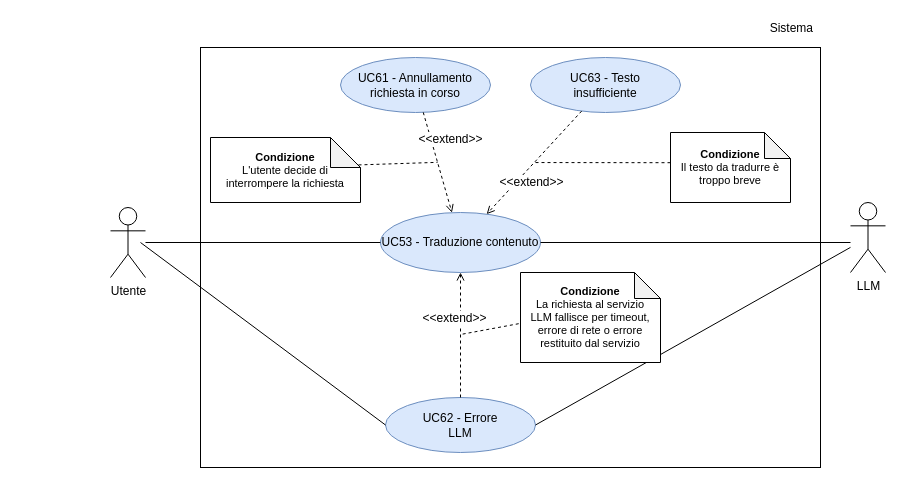
This is RTB/doc_esterna/analisi-dei-requisiti/assets/draw.io/UC53.drawio from thebitless-group-swe/thebitless.github.io, a draw.io file, before an edit. Source tidied: cells renumbered, new cells numbered last; positions are measured from the earlier drawing's top-left corner, leaving out a move shared by most shapes. Both pictures are drawn from the tidied source at 100%, with x=0, y=0 at pixel (110, 17).
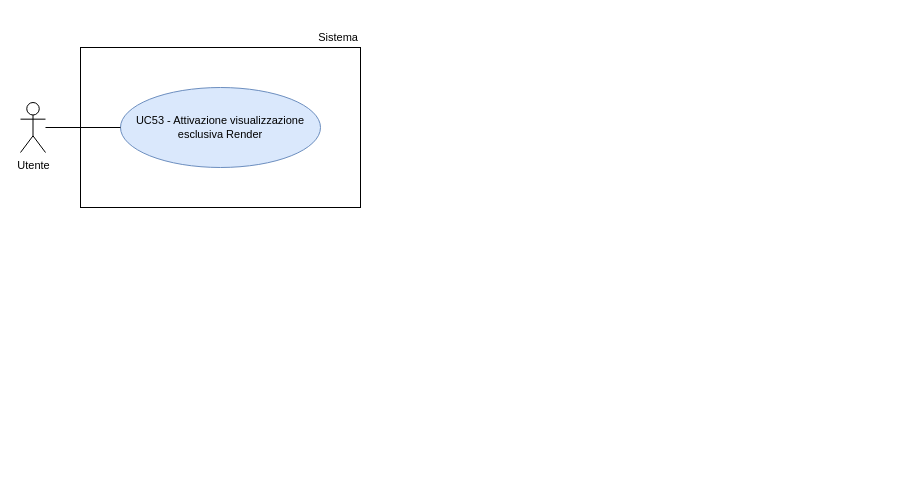
The same page after the edit.

The edit, as a diff of the source:
```diff
@@
-    <mxCell id="2" value="&lt;font&gt;Utente&lt;/font&gt;" style="shape=umlActor;verticalLabelPosition=bottom;verticalAlign=top;html=1;outlineConnect=0;fontSize=12;" parent="1" vertex="1">
-      <mxGeometry y="190" width="35" height="70" as="geometry" />
+    <mxCell id="2" value="Utente" style="shape=umlActor;verticalLabelPosition=bottom;verticalAlign=top;html=1;outlineConnect=0;fontSize=11;" parent="1" vertex="1">
+      <mxGeometry x="-90" y="85" width="25" height="50" as="geometry" />
     </mxCell>
-    <mxCell id="3" style="rounded=0;whiteSpace=wrap;html=1;strokeWidth=1;fontSize=12;" parent="1" vertex="1">
-      <mxGeometry x="90" y="30" width="620" height="420" as="geometry" />
-    </mxCell>
+    <mxCell id="26" style="rounded=0;whiteSpace=wrap;html=1;strokeWidth=1;" parent="1" vertex="1">
+      <mxGeometry x="-30" y="30" width="280" height="160" as="geometry" />
+    </mxCell>
-    <mxCell id="4" value="&lt;font&gt;Sistema&lt;/font&gt;" style="text;html=1;whiteSpace=wrap;strokeColor=none;fillColor=none;align=right;verticalAlign=middle;fontSize=12;" parent="1" vertex="1">
-      <mxGeometry x="640" width="65" height="22" as="geometry" />
+    <mxCell id="4" value="Sistema" style="text;html=1;whiteSpace=wrap;strokeColor=none;fillColor=none;align=right;verticalAlign=middle;fontSize=11;" parent="1" vertex="1">
+      <mxGeometry x="180" y="10" width="70" height="20" as="geometry" />
     </mxCell>
-    <mxCell id="5" value="&lt;font&gt;UC53 - Traduzione contenuto&lt;/font&gt;" style="ellipse;whiteSpace=wrap;html=1;fillColor=#dae8fc;strokeColor=#6c8ebf;fontSize=12;" parent="1" vertex="1">
-      <mxGeometry x="270" y="195" width="160" height="60" as="geometry" />
-    </mxCell>
-    <mxCell id="6" value="&lt;font&gt;UC61 - Annullamento&lt;br&gt;richiesta in corso&lt;/font&gt;" style="ellipse;whiteSpace=wrap;html=1;fillColor=#dae8fc;strokeColor=#6c8ebf;fontSize=12;" parent="1" vertex="1">
-      <mxGeometry x="230" y="40" width="150" height="55" as="geometry" />
-    </mxCell>
-    <mxCell id="7" value="&lt;font&gt;UC62 - Errore&lt;br&gt;LLM&lt;/font&gt;" style="ellipse;whiteSpace=wrap;html=1;fillColor=#dae8fc;strokeColor=#6c8ebf;fontSize=12;" parent="1" vertex="1">
-      <mxGeometry x="275" y="380" width="150" height="55" as="geometry" />
-    </mxCell>
-    <mxCell id="8" value="&lt;font&gt;UC63 - Testo&lt;br&gt;insufficiente&lt;/font&gt;" style="ellipse;whiteSpace=wrap;html=1;fillColor=#dae8fc;strokeColor=#6c8ebf;fontSize=12;" parent="1" vertex="1">
-      <mxGeometry x="420" y="40" width="150" height="55" as="geometry" />
-    </mxCell>
-    <mxCell id="9" style="edgeStyle=none;rounded=0;jettySize=auto;html=1;endArrow=none;endFill=0;fontSize=12;" parent="1" edge="1" source="2" target="5">
-      <mxGeometry relative="1" as="geometry" />
-    </mxCell>
-    <mxCell id="10" style="edgeStyle=none;rounded=0;jettySize=auto;html=1;endArrow=none;endFill=0;fontSize=12;" parent="1" edge="1" source="5">
-      <mxGeometry relative="1" as="geometry">
-        <mxPoint x="740" y="225" as="targetPoint" />
-      </mxGeometry>
-    </mxCell>
-    <mxCell id="11" style="dashed=1;endArrow=open;endFill=0;html=1;rounded=0;fontSize=12;" parent="1" edge="1" source="6" target="5">
-      <mxGeometry relative="1" as="geometry" />
-    </mxCell>
-    <mxCell id="12" value="&lt;font&gt;&amp;lt;&amp;lt;extend&amp;gt;&amp;gt;&lt;/font&gt;" style="edgeLabel;html=1;align=center;verticalAlign=middle;fontSize=12;" parent="11" vertex="1">
-      <mxGeometry x="-0.05" y="-1" relative="1" as="geometry">
-        <mxPoint x="14" y="-22" as="offset" />
-      </mxGeometry>
-    </mxCell>
-    <mxCell id="13" style="dashed=1;endArrow=open;endFill=0;html=1;rounded=0;fontSize=12;" parent="1" edge="1" source="7" target="5">
-      <mxGeometry relative="1" as="geometry" />
-    </mxCell>
-    <mxCell id="14" value="&lt;font&gt;&amp;lt;&amp;lt;&lt;/font&gt;&lt;font&gt;extend&lt;/font&gt;&lt;font&gt;&amp;gt;&amp;gt;&lt;/font&gt;" style="edgeLabel;html=1;align=center;verticalAlign=middle;fontSize=12;" parent="13" vertex="1">
-      <mxGeometry x="-0.05" y="-1" relative="1" as="geometry">
-        <mxPoint x="-8" y="-21" as="offset" />
-      </mxGeometry>
-    </mxCell>
-    <mxCell id="15" style="dashed=1;endArrow=open;endFill=0;html=1;rounded=0;fontSize=12;" parent="1" edge="1" source="8" target="5">
-      <mxGeometry relative="1" as="geometry" />
-    </mxCell>
-    <mxCell id="16" value="&lt;font&gt;&amp;lt;&amp;lt;extend&amp;gt;&amp;gt;&lt;/font&gt;" style="edgeLabel;html=1;align=center;verticalAlign=middle;fontSize=12;" parent="15" vertex="1">
-      <mxGeometry x="-0.05" y="1" relative="1" as="geometry">
-        <mxPoint x="-6" y="21" as="offset" />
-      </mxGeometry>
-    </mxCell>
-    <mxCell id="17" style="dashed=1;endArrow=none;html=1;rounded=0;strokeWidth=1;fontSize=12;" parent="1" edge="1" target="11">
-      <mxGeometry relative="1" as="geometry">
-        <mxPoint x="230" y="148" as="sourcePoint" />
-      </mxGeometry>
-    </mxCell>
-    <mxCell id="18" style="dashed=1;endArrow=none;html=1;rounded=0;strokeWidth=1;fontSize=12;" parent="1" edge="1" target="13">
-      <mxGeometry relative="1" as="geometry">
-        <mxPoint x="420" y="304" as="sourcePoint" />
-      </mxGeometry>
-    </mxCell>
-    <mxCell id="19" style="dashed=1;endArrow=none;html=1;rounded=0;strokeWidth=1;fontSize=12;" parent="1" edge="1" target="15">
-      <mxGeometry relative="1" as="geometry">
-        <mxPoint x="560" y="145.2" as="sourcePoint" />
-      </mxGeometry>
-    </mxCell>
-    <mxCell id="20" value="&lt;font&gt;LLM&lt;/font&gt;" style="shape=umlActor;verticalLabelPosition=bottom;verticalAlign=top;html=1;outlineConnect=0;fontSize=12;" parent="1" vertex="1">
-      <mxGeometry x="740" y="185" width="35" height="70" as="geometry" />
-    </mxCell>
-    <mxCell id="21" style="edgeStyle=none;rounded=0;jettySize=auto;html=1;endArrow=none;endFill=0;entryX=0;entryY=0.5;entryDx=0;entryDy=0;fontSize=12;" parent="1" edge="1" target="7">
-      <mxGeometry relative="1" as="geometry">
-        <mxPoint x="30" y="225" as="sourcePoint" />
-      </mxGeometry>
-    </mxCell>
-    <mxCell id="22" style="edgeStyle=none;rounded=0;jettySize=auto;html=1;endArrow=none;endFill=0;exitX=1;exitY=0.5;exitDx=0;exitDy=0;fontSize=12;" parent="1" edge="1" source="7" target="20">
-      <mxGeometry relative="1" as="geometry" />
-    </mxCell>
-    <mxCell id="23" value="&lt;span style=&quot;&quot;&gt;&lt;span&gt;&lt;b style=&quot;forced-color-adjust: none; color: rgb(0, 0, 0); font-family: Helvetica; font-size: 11px; font-style: normal; font-variant-ligatures: normal; font-variant-caps: normal; letter-spacing: normal; orphans: 2; text-align: center; text-indent: 0px; text-transform: none; widows: 2; word-spacing: 0px; -webkit-text-stroke-width: 0px; white-space: normal; text-decoration-thickness: initial; text-decoration-style: initial; text-decoration-color: initial;&quot;&gt;Condizione&lt;/b&gt;&lt;br style=&quot;forced-color-adjust: none; color: rgb(0, 0, 0); font-family: Helvetica; font-size: 11px; font-style: normal; font-variant-ligatures: normal; font-variant-caps: normal; font-weight: 400; letter-spacing: normal; orphans: 2; text-align: center; text-indent: 0px; text-transform: none; widows: 2; word-spacing: 0px; -webkit-text-stroke-width: 0px; white-space: normal; text-decoration-thickness: initial; text-decoration-style: initial; text-decoration-color: initial;&quot;&gt;&lt;span style=&quot;color: rgb(0, 0, 0); font-family: Helvetica; font-size: 11px; font-style: normal; font-variant-ligatures: normal; font-variant-caps: normal; font-weight: 400; letter-spacing: normal; orphans: 2; text-align: center; text-indent: 0px; text-transform: none; widows: 2; word-spacing: 0px; -webkit-text-stroke-width: 0px; white-space: normal; text-decoration-thickness: initial; text-decoration-style: initial; text-decoration-color: initial; float: none; display: inline !important;&quot;&gt;L'utente decide di interrompere la richiesta&lt;/span&gt;&lt;/span&gt;&lt;br&gt;&lt;/span&gt;" style="shape=note;whiteSpace=wrap;html=1;backgroundOutline=1;darkOpacity=0.05;labelBackgroundColor=none;fontFamily=Helvetica;fontSize=11;fontColor=default;fontStyle=0;align=center;verticalAlign=middle;spacing=6;" parent="1" vertex="1">
-      <mxGeometry x="100" y="120" width="150" height="65" as="geometry" />
-    </mxCell>
-    <mxCell id="24" value="&lt;b&gt;Condizione&lt;/b&gt;&lt;br&gt;Il testo da tradurre è troppo breve&lt;span style=&quot;&quot;&gt;&lt;/span&gt;" style="shape=note;whiteSpace=wrap;html=1;backgroundOutline=1;darkOpacity=0.05;labelBackgroundColor=none;fontFamily=Helvetica;fontSize=11;fontColor=default;fontStyle=0;align=center;verticalAlign=middle;spacing=6;size=26;" parent="1" vertex="1">
-      <mxGeometry x="560" y="115" width="120" height="70" as="geometry" />
-    </mxCell>
-    <mxCell id="25" value="&lt;b&gt;Condizione&lt;/b&gt;&lt;br&gt;&lt;div&gt;La richiesta al servizio LLM fallisce per timeout, errore di rete o errore restituito dal servizio&lt;/div&gt;" style="shape=note;whiteSpace=wrap;html=1;backgroundOutline=1;darkOpacity=0.05;labelBackgroundColor=none;fontFamily=Helvetica;fontSize=11;fontColor=default;fontStyle=0;align=center;verticalAlign=middle;spacing=6;size=26;" parent="1" vertex="1">
-      <mxGeometry x="410" y="255" width="140" height="90" as="geometry" />
-    </mxCell>
+    <mxCell id="27" value="UC53 - Attivazione visualizzazione esclusiva Render" style="ellipse;whiteSpace=wrap;html=1;fillColor=#dae8fc;strokeColor=#6c8ebf;fontSize=11;" parent="1" vertex="1">
+      <mxGeometry x="10" y="70" width="200" height="80" as="geometry" />
+    </mxCell>
+    <mxCell id="28" style="edgeStyle=none;rounded=0;jettySize=auto;html=1;endArrow=none;endFill=0;" parent="1" edge="1" source="2" target="27">
+      <mxGeometry relative="1" as="geometry" />
+    </mxCell>
```
